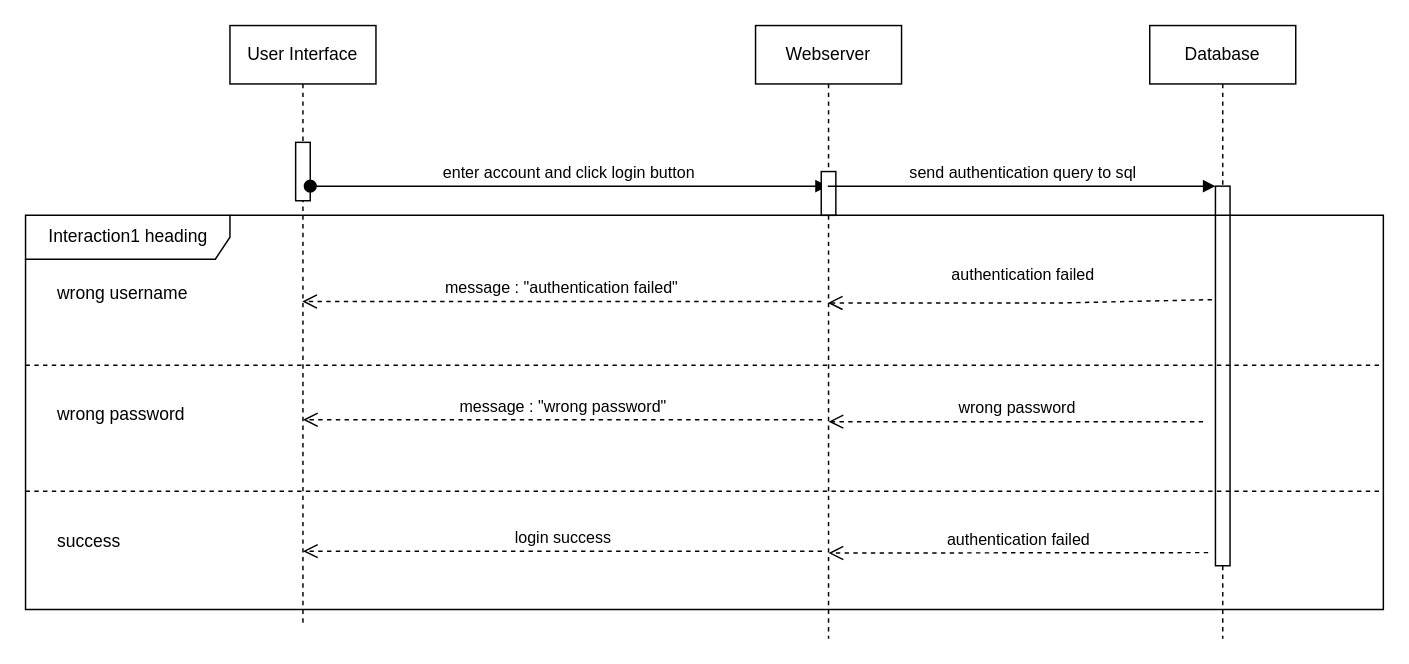
Before: page "Sequence_diagram_login" (3 of 4) of docs/diagrams.drawio in PhungThanhTu/assets-management-system, a draw.io diagram. Source tidied: cells renumbered, new cells numbered last; positions are measured from the earlier drawing's top-left corner, leaving out a move shared by most shapes. Both pictures are drawn from the tidied source at 146%, with x=0, y=0 at pixel (25, 25).
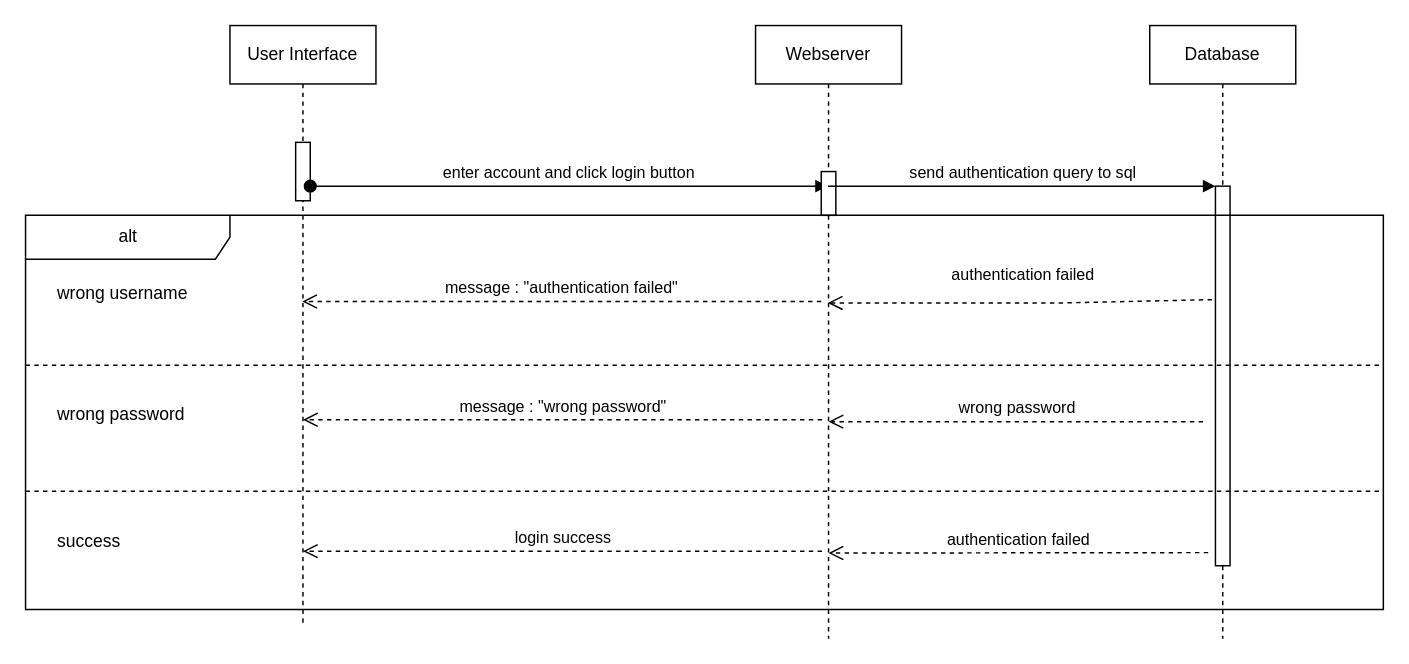
The same diagram, later.

Change to the diagram source:
```diff
@@
-    <mxCell id="12" value="Interaction1 heading" style="shape=umlFrame;tabWidth=110;tabHeight=30;tabPosition=left;html=1;boundedLbl=1;labelInHeader=1;width=140;height=30;" parent="1" vertex="1">
+    <mxCell id="12" value="alt" style="shape=umlFrame;tabWidth=110;tabHeight=30;tabPosition=left;html=1;boundedLbl=1;labelInHeader=1;width=140;height=30;" parent="1" vertex="1">
       <mxGeometry y="130" width="930" height="270" as="geometry" />
     </mxCell>
```
